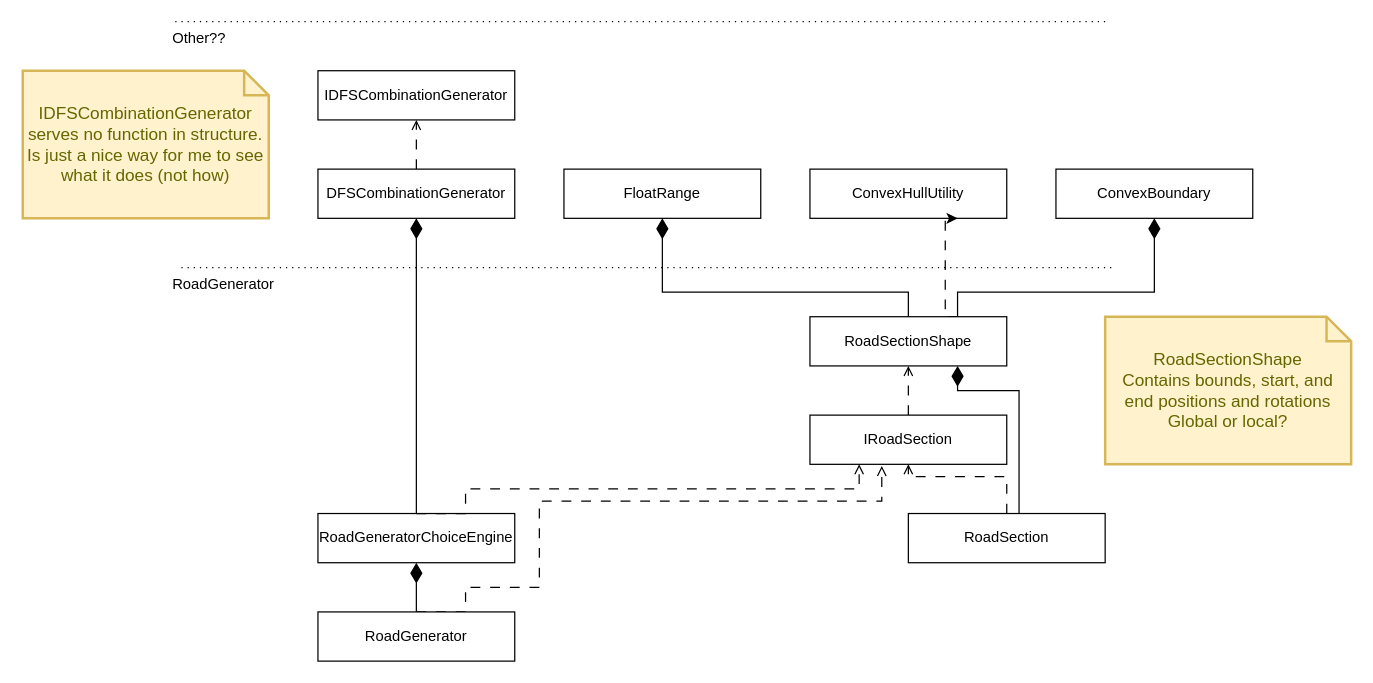
This is Assets/Scripts/Architecture-Redesign.drawio from JohnnyHowe/infinite-drifto-road-generation, a draw.io file, before an edit. Source tidied: cells renumbered, new cells numbered last; positions are measured from the earlier drawing's top-left corner, leaving out a move shared by most shapes. Both pictures are drawn from the tidied source at 123%, with x=0, y=0 at pixel (22, 21).
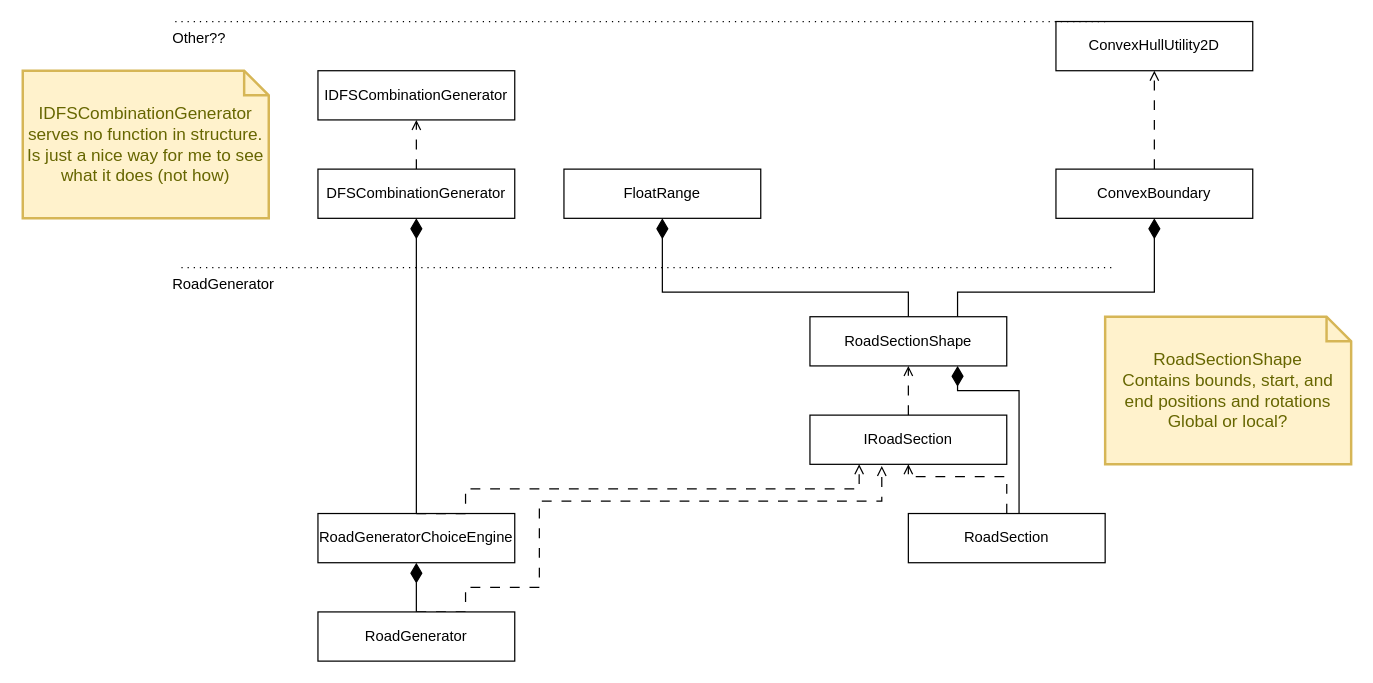
The same diagram, later.

The change refers to these unchanged cells:
```xml
<mxCell id="20" value="RoadSectionShape" style="rounded=0;whiteSpace=wrap;html=1;" parent="1" vertex="1">
  <mxGeometry x="640" y="240" width="160" height="40" as="geometry" />
</mxCell>
<mxCell id="28" value="ConvexBoundary" style="rounded=0;whiteSpace=wrap;html=1;" parent="1" vertex="1">
  <mxGeometry x="840" y="120" width="160" height="40" as="geometry" />
</mxCell>
```

The edit, as a diff of the source:
```diff
@@
-    <mxCell id="2" value="ConvexHullUtility" style="rounded=0;whiteSpace=wrap;html=1;" parent="1" vertex="1">
-      <mxGeometry x="640" y="120" width="160" height="40" as="geometry" />
+    <mxCell id="2" value="ConvexHullUtility2D" style="rounded=0;whiteSpace=wrap;html=1;" parent="1" vertex="1">
+      <mxGeometry x="840" width="160" height="40" as="geometry" />
     </mxCell>
@@
-    <mxCell id="18" style="edgeStyle=orthogonalEdgeStyle;rounded=0;jettySize=auto;html=1;exitX=0.75;exitY=0;exitDx=0;exitDy=0;entryX=0.75;entryY=1;entryDx=0;entryDy=0;dashed=1;dashPattern=8 8;" parent="1" edge="1" source="20" target="2">
-      <mxGeometry relative="1" as="geometry">
-        <Array as="points">
-          <mxPoint x="750" y="240" />
-          <mxPoint x="750" y="160" />
-        </Array>
-      </mxGeometry>
-    </mxCell>
@@
+    <mxCell id="29" style="edgeStyle=orthogonalEdgeStyle;rounded=0;jumpSize=14;jettySize=auto;html=1;exitX=0.5;exitY=0;exitDx=0;exitDy=0;entryX=0.5;entryY=1;entryDx=0;entryDy=0;endArrow=open;endFill=0;startSize=14;endSize=6;dashed=1;dashPattern=8 8;" parent="1" edge="1" source="28" target="2">
+      <mxGeometry relative="1" as="geometry" />
+    </mxCell>
```
